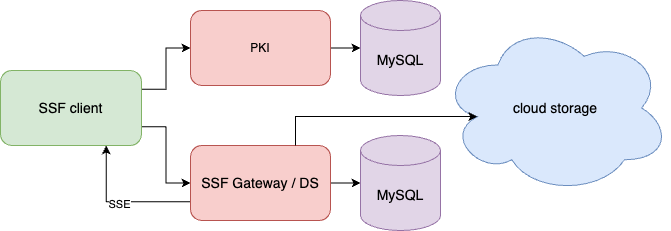
Earlier version of the draw.io export thesis_template/figures/architecture.png (nicdard/shared-folder). Source tidied: cells renumbered, new cells last; positions are measured from the earlier drawing's top-left corner, leaving out a move shared by most shapes.
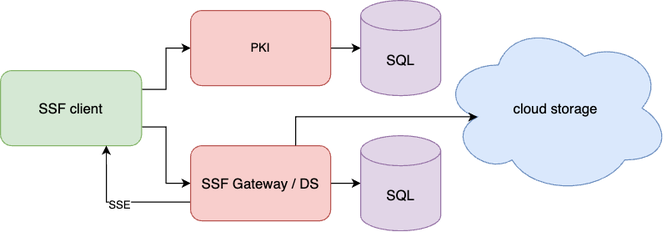
The same diagram one commit later.

Change to the diagram source:
```diff
@@ -29,10 +29,10 @@
     <mxCell id="10" value="PKI" style="rounded=1;whiteSpace=wrap;html=1;fillColor=#f8cecc;strokeColor=#b85450;" parent="1" vertex="1">
       <mxGeometry x="190" y="10" width="140" height="75" as="geometry" />
     </mxCell>
-    <mxCell id="11" value="&lt;font style=&quot;font-size: 14px;&quot;&gt;MySQL&lt;/font&gt;" style="shape=cylinder3;whiteSpace=wrap;html=1;boundedLbl=1;backgroundOutline=1;size=15;fillColor=#e1d5e7;strokeColor=#9673a6;" parent="1" vertex="1">
+    <mxCell id="11" value="&lt;font style=&quot;font-size: 14px;&quot;&gt;SQL&lt;/font&gt;" style="shape=cylinder3;whiteSpace=wrap;html=1;boundedLbl=1;backgroundOutline=1;size=15;fillColor=#e1d5e7;strokeColor=#9673a6;" parent="1" vertex="1">
       <mxGeometry x="360" width="80" height="95" as="geometry" />
     </mxCell>
-    <mxCell id="12" value="&lt;font style=&quot;font-size: 14px;&quot;&gt;MySQL&lt;/font&gt;" style="shape=cylinder3;whiteSpace=wrap;html=1;boundedLbl=1;backgroundOutline=1;size=15;fillColor=#e1d5e7;strokeColor=#9673a6;" parent="1" vertex="1">
+    <mxCell id="12" value="&lt;font style=&quot;font-size: 14px;&quot;&gt;SQL&lt;/font&gt;" style="shape=cylinder3;whiteSpace=wrap;html=1;boundedLbl=1;backgroundOutline=1;size=15;fillColor=#e1d5e7;strokeColor=#9673a6;" parent="1" vertex="1">
       <mxGeometry x="360" y="135" width="80" height="95" as="geometry" />
     </mxCell>
     <mxCell id="13" value="&lt;font style=&quot;font-size: 14px;&quot;&gt;cloud storage&lt;/font&gt;" style="ellipse;shape=cloud;whiteSpace=wrap;html=1;fillColor=#dae8fc;strokeColor=#6c8ebf;" parent="1" vertex="1">
```
